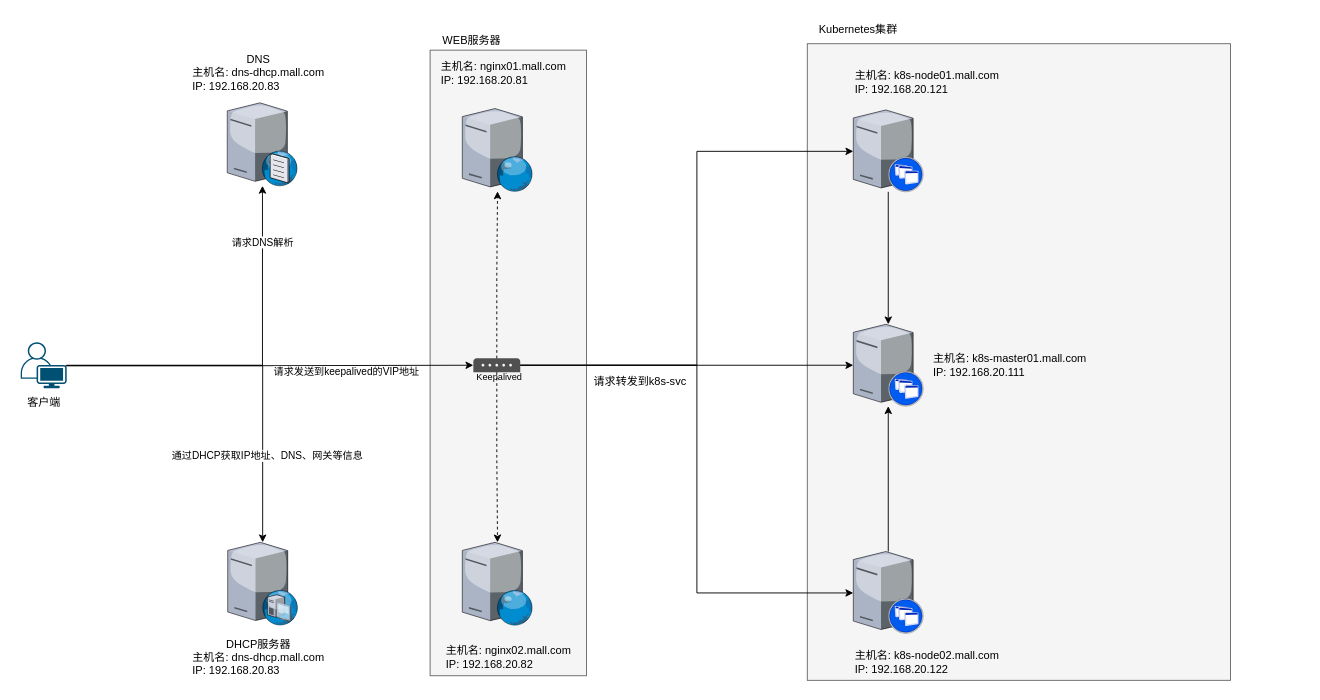
Before: 未命名绘图.drawio in dong9205/draw.io, a draw.io diagram. Source tidied: cells renumbered, new cells numbered last; positions are measured from the earlier drawing's top-left corner, leaving out a move shared by most shapes. Both pictures are drawn from the tidied source at 92%, with x=0, y=0 at pixel (16, 16).
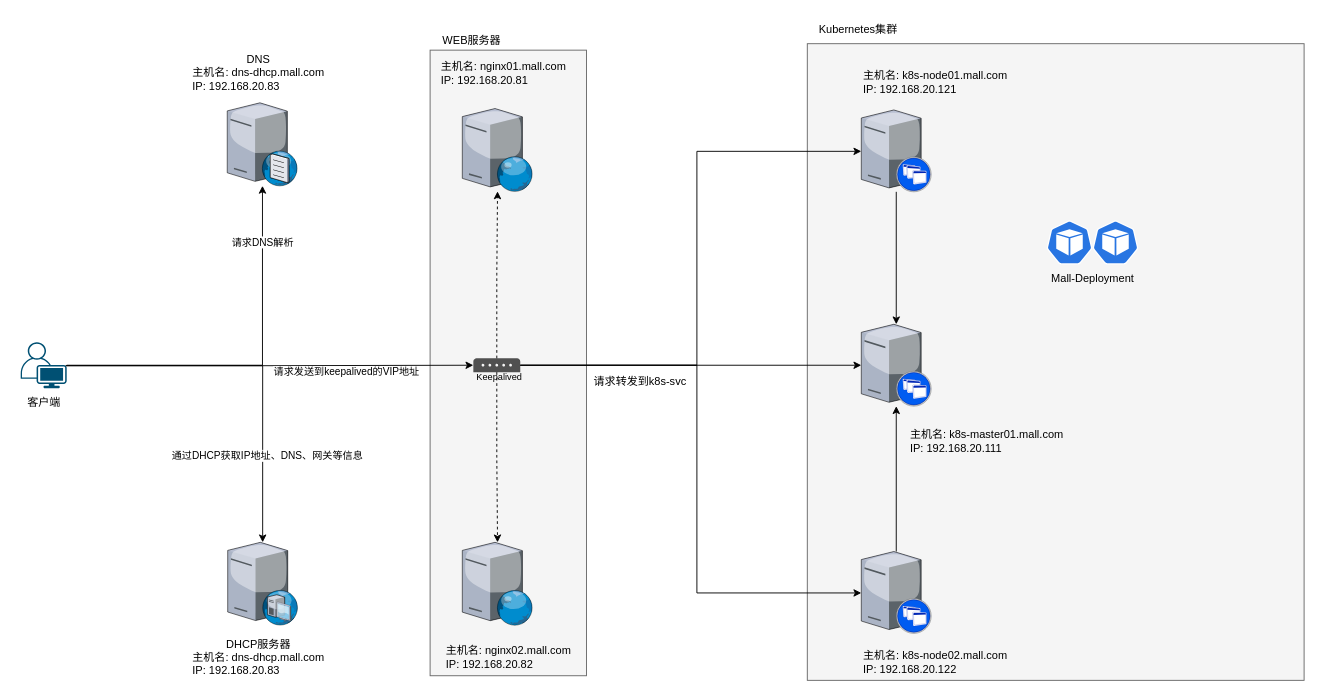
After the change.

Commit message:
更新未命名绘图.drawio

What changed in the source:
```diff
@@
     <mxCell id="33" style="group;" parent="1" vertex="1">
-      <mxGeometry x="860" width="460" height="722" as="geometry" />
+      <mxGeometry x="860" width="540" height="722" as="geometry" />
     </mxCell>
     <mxCell id="34" style="whiteSpace=wrap;html=1;fillColor=#f5f5f5;fontColor=#333333;strokeColor=#666666;" parent="33" vertex="1">
-      <mxGeometry y="30" width="460" height="692" as="geometry" />
+      <mxGeometry y="30" width="540" height="692" as="geometry" />
     </mxCell>
@@
     <mxCell id="36" style="verticalLabelPosition=bottom;sketch=0;html=1;verticalAlign=top;strokeColor=none;align=center;outlineConnect=0;shape=mxgraph.citrix.xenapp_server;" parent="33" vertex="1">
-      <mxGeometry x="50" y="102" width="76" height="89" as="geometry" />
+      <mxGeometry x="58.7" y="102" width="76" height="89" as="geometry" />
     </mxCell>
     <mxCell id="37" style="verticalLabelPosition=bottom;sketch=0;html=1;verticalAlign=top;strokeColor=none;align=center;outlineConnect=0;shape=mxgraph.citrix.xenapp_server;" parent="33" vertex="1">
-      <mxGeometry x="50" y="335" width="76" height="89" as="geometry" />
+      <mxGeometry x="58.7" y="335" width="76" height="89" as="geometry" />
     </mxCell>
@@
     <mxCell id="39" style="verticalLabelPosition=bottom;sketch=0;html=1;verticalAlign=top;strokeColor=none;align=center;outlineConnect=0;shape=mxgraph.citrix.xenapp_server;" parent="33" vertex="1">
-      <mxGeometry x="50" y="582" width="76" height="89" as="geometry" />
+      <mxGeometry x="58.7" y="582" width="76" height="89" as="geometry" />
     </mxCell>
     <mxCell id="40" value="&lt;div style=&quot;text-align: center;&quot;&gt;&lt;span style=&quot;background-color: transparent; color: light-dark(rgb(0, 0, 0), rgb(255, 255, 255)); text-align: left;&quot;&gt;主机名: k8s-node01.mall.com&lt;/span&gt;&lt;br&gt;&lt;/div&gt;&lt;div&gt;IP: 192.168.20.121&lt;/div&gt;" style="text;html=1;align=left;verticalAlign=middle;strokeColor=none;fillColor=none;" parent="33" vertex="1">
-      <mxGeometry x="50" y="52" width="180" height="40" as="geometry" />
+      <mxGeometry x="58.7" y="52" width="180" height="40" as="geometry" />
     </mxCell>
     <mxCell id="41" value="&lt;div style=&quot;text-align: center;&quot;&gt;&lt;span style=&quot;background-color: transparent; color: light-dark(rgb(0, 0, 0), rgb(255, 255, 255)); text-align: left;&quot;&gt;主机名: k8s-master01.mall.com&lt;/span&gt;&lt;br&gt;&lt;/div&gt;&lt;div&gt;IP: 192.168.20.111&lt;/div&gt;" style="text;html=1;align=left;verticalAlign=middle;strokeColor=none;fillColor=none;" parent="33" vertex="1">
-      <mxGeometry x="135" y="359.5" width="190" height="40" as="geometry" />
+      <mxGeometry x="110" y="442" width="190" height="40" as="geometry" />
     </mxCell>
@@
     <mxCell id="43" value="&lt;div style=&quot;text-align: center;&quot;&gt;&lt;span style=&quot;background-color: transparent; color: light-dark(rgb(0, 0, 0), rgb(255, 255, 255)); text-align: left;&quot;&gt;主机名: k8s-node02.mall.com&lt;/span&gt;&lt;br&gt;&lt;/div&gt;&lt;div&gt;IP: 192.168.20.122&lt;/div&gt;" style="text;html=1;align=left;verticalAlign=middle;strokeColor=none;fillColor=none;" parent="33" vertex="1">
-      <mxGeometry x="50" y="682" width="180" height="40" as="geometry" />
+      <mxGeometry x="58.7" y="682" width="180" height="40" as="geometry" />
     </mxCell>
+    <mxCell id="47" style="group;" parent="33" vertex="1">
+      <mxGeometry x="255" y="222" width="110" height="78" as="geometry" />
+    </mxCell>
+    <mxCell id="48" style="group;" parent="47" vertex="1">
+      <mxGeometry x="5" width="100" height="48" as="geometry" />
+    </mxCell>
+    <mxCell id="49" style="sketch=0;html=1;dashed=0;whitespace=wrap;verticalLabelPosition=bottom;verticalAlign=top;fillColor=#2875E2;strokeColor=#ffffff;shape=mxgraph.kubernetes.icon2;prIcon=pod;" parent="48" vertex="1">
+      <mxGeometry width="50" height="48" as="geometry" />
+    </mxCell>
+    <mxCell id="50" style="sketch=0;html=1;dashed=0;whitespace=wrap;verticalLabelPosition=bottom;verticalAlign=top;fillColor=#2875E2;strokeColor=#ffffff;shape=mxgraph.kubernetes.icon2;prIcon=pod;" parent="48" vertex="1">
+      <mxGeometry x="50" width="50" height="48" as="geometry" />
+    </mxCell>
+    <mxCell id="51" value="Mall-Deployment" style="text;html=1;align=center;verticalAlign=middle;strokeColor=none;fillColor=none;" parent="47" vertex="1">
+      <mxGeometry y="48" width="110" height="30" as="geometry" />
+    </mxCell>
```
